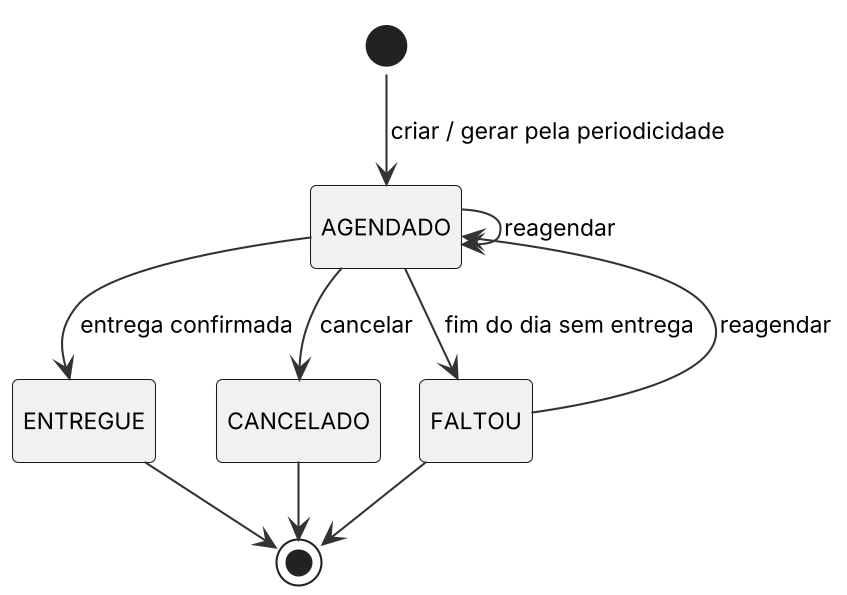
This is Docs/diagramas/st_agendamento.png from Miguel31028/GASC, a PlantUML export, as it was before one commit.
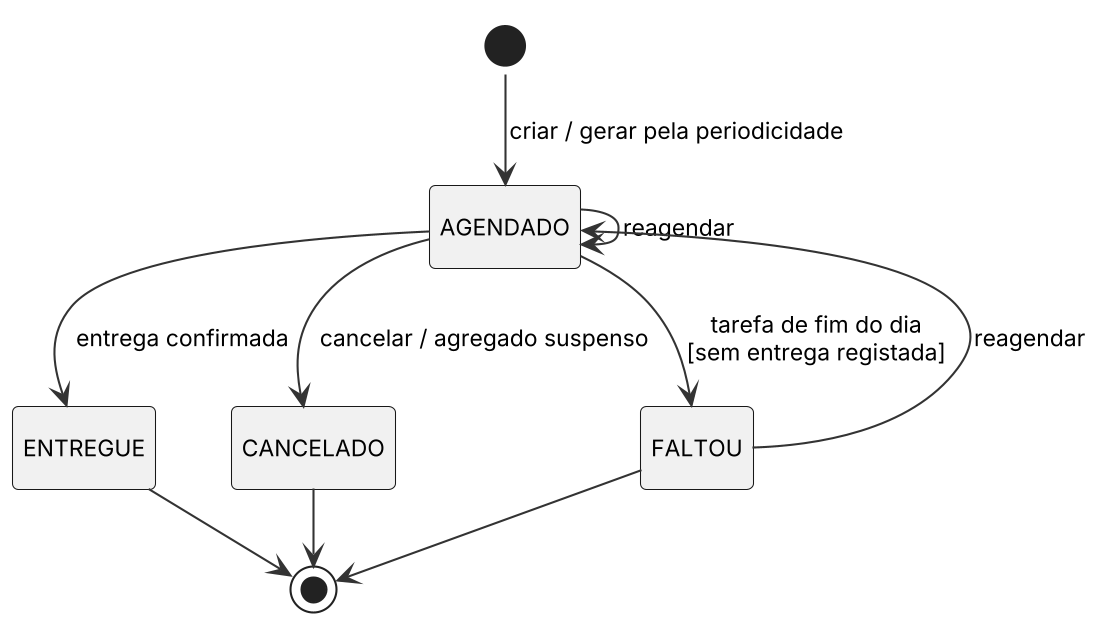
Above is the later version.

Diff of the diagram source:
```diff
@@ -4,8 +4,8 @@
 [*] --> AGENDADO : criar / gerar pela periodicidade
 AGENDADO --> AGENDADO : reagendar
 AGENDADO --> ENTREGUE : entrega confirmada
-AGENDADO --> CANCELADO : cancelar
-AGENDADO --> FALTOU : fim do dia sem entrega
+AGENDADO --> CANCELADO : cancelar / agregado suspenso
+AGENDADO --> FALTOU : tarefa de fim do dia\n[sem entrega registada]
 FALTOU --> AGENDADO : reagendar
 ENTREGUE --> [*]
 CANCELADO --> [*]
```
